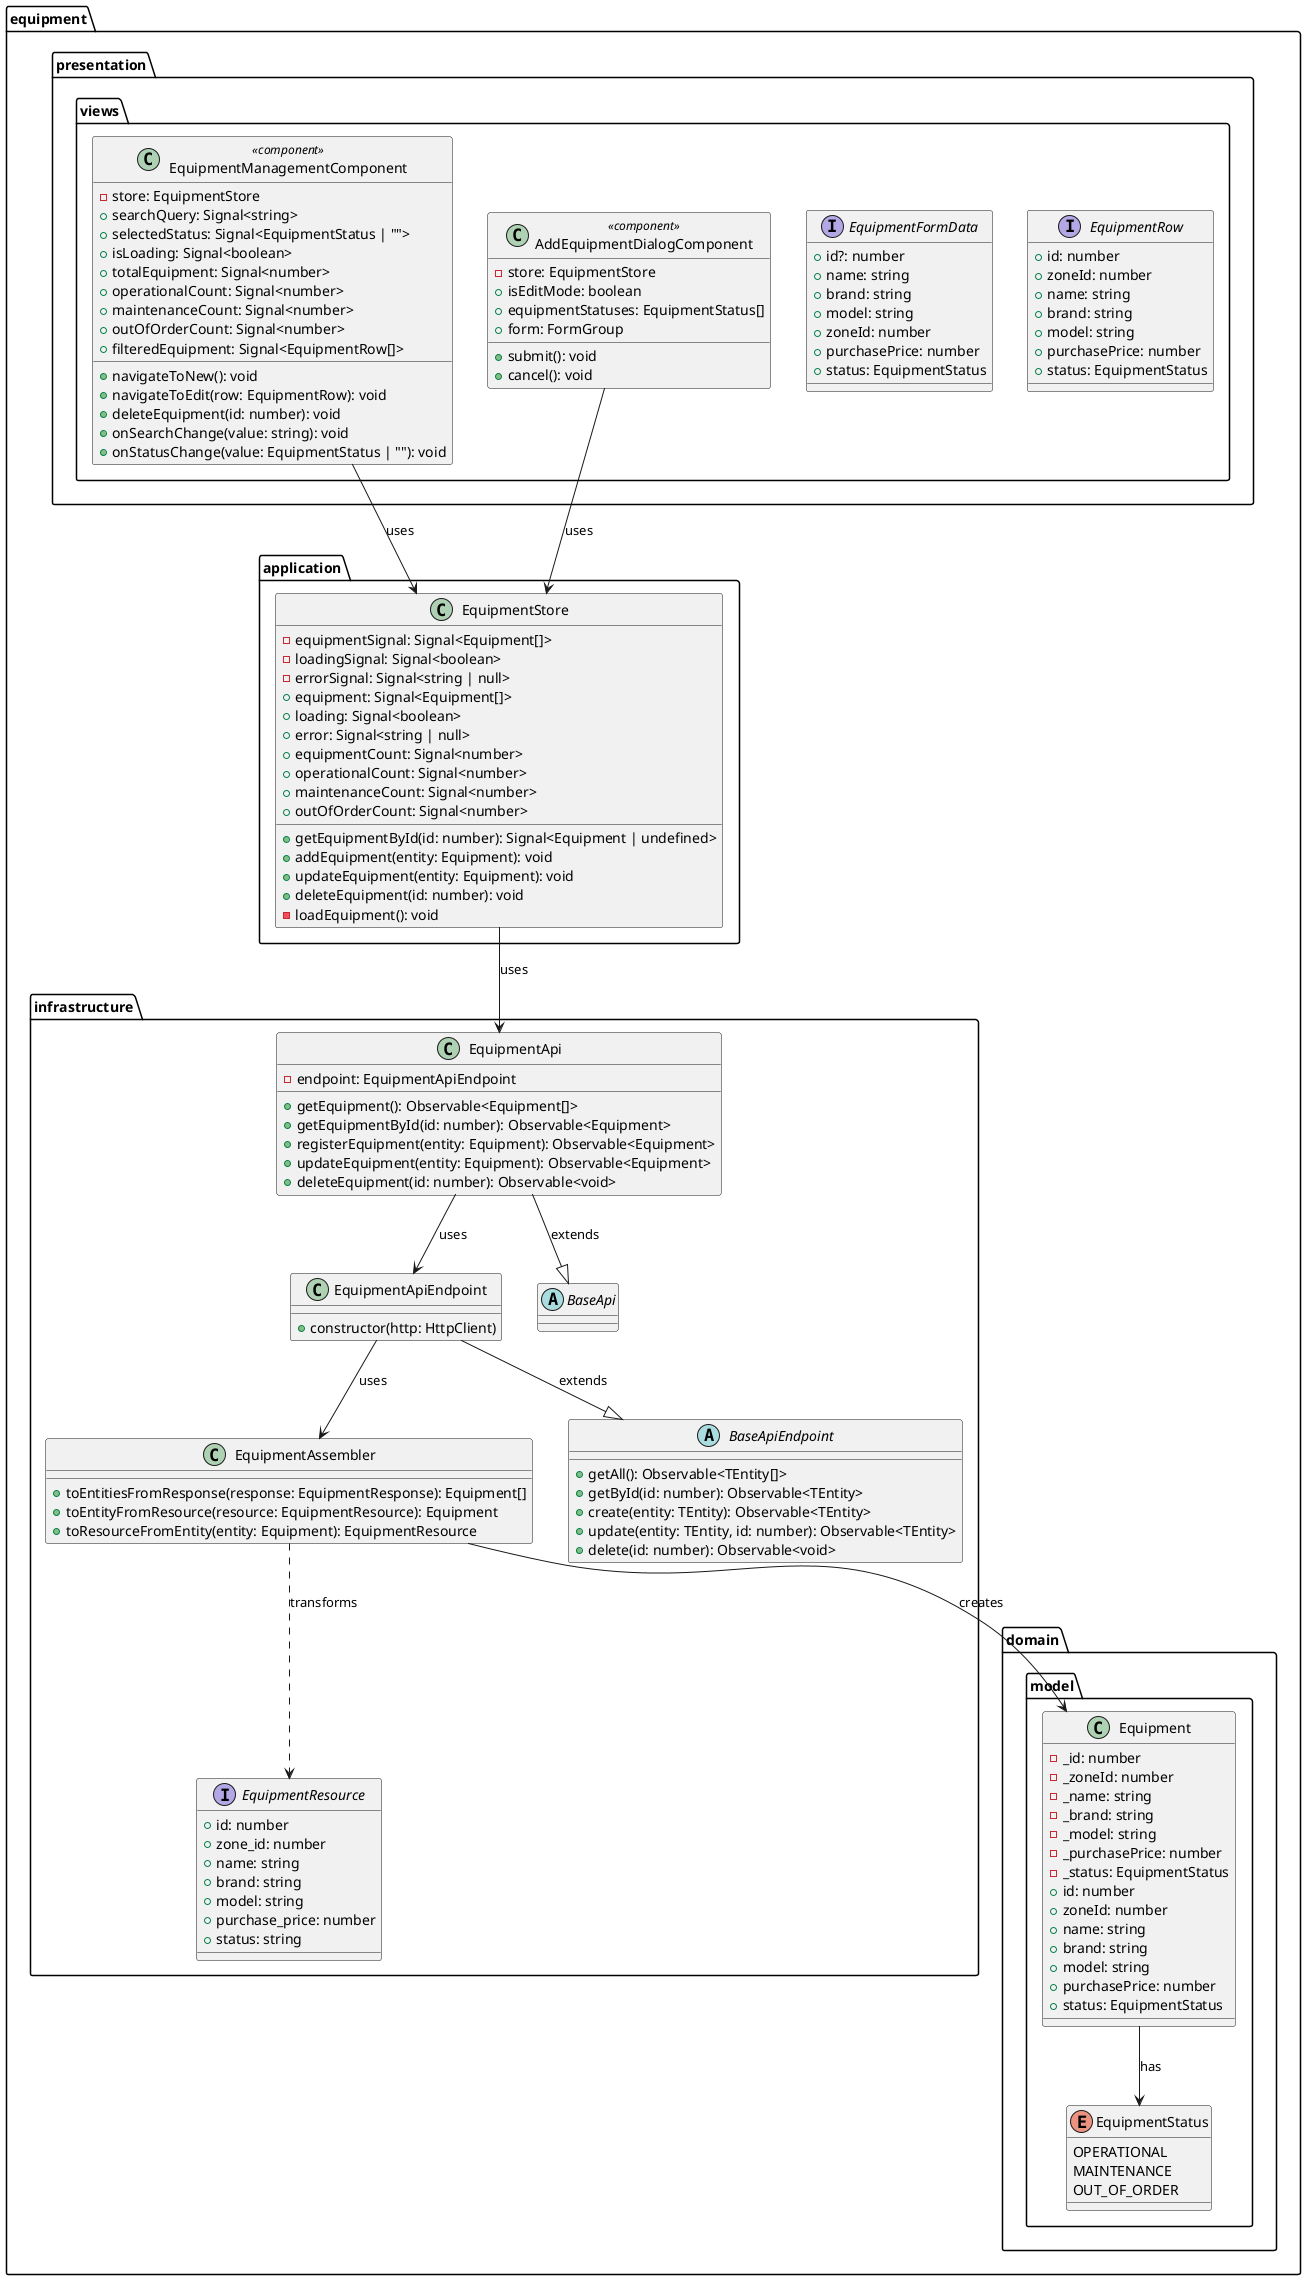
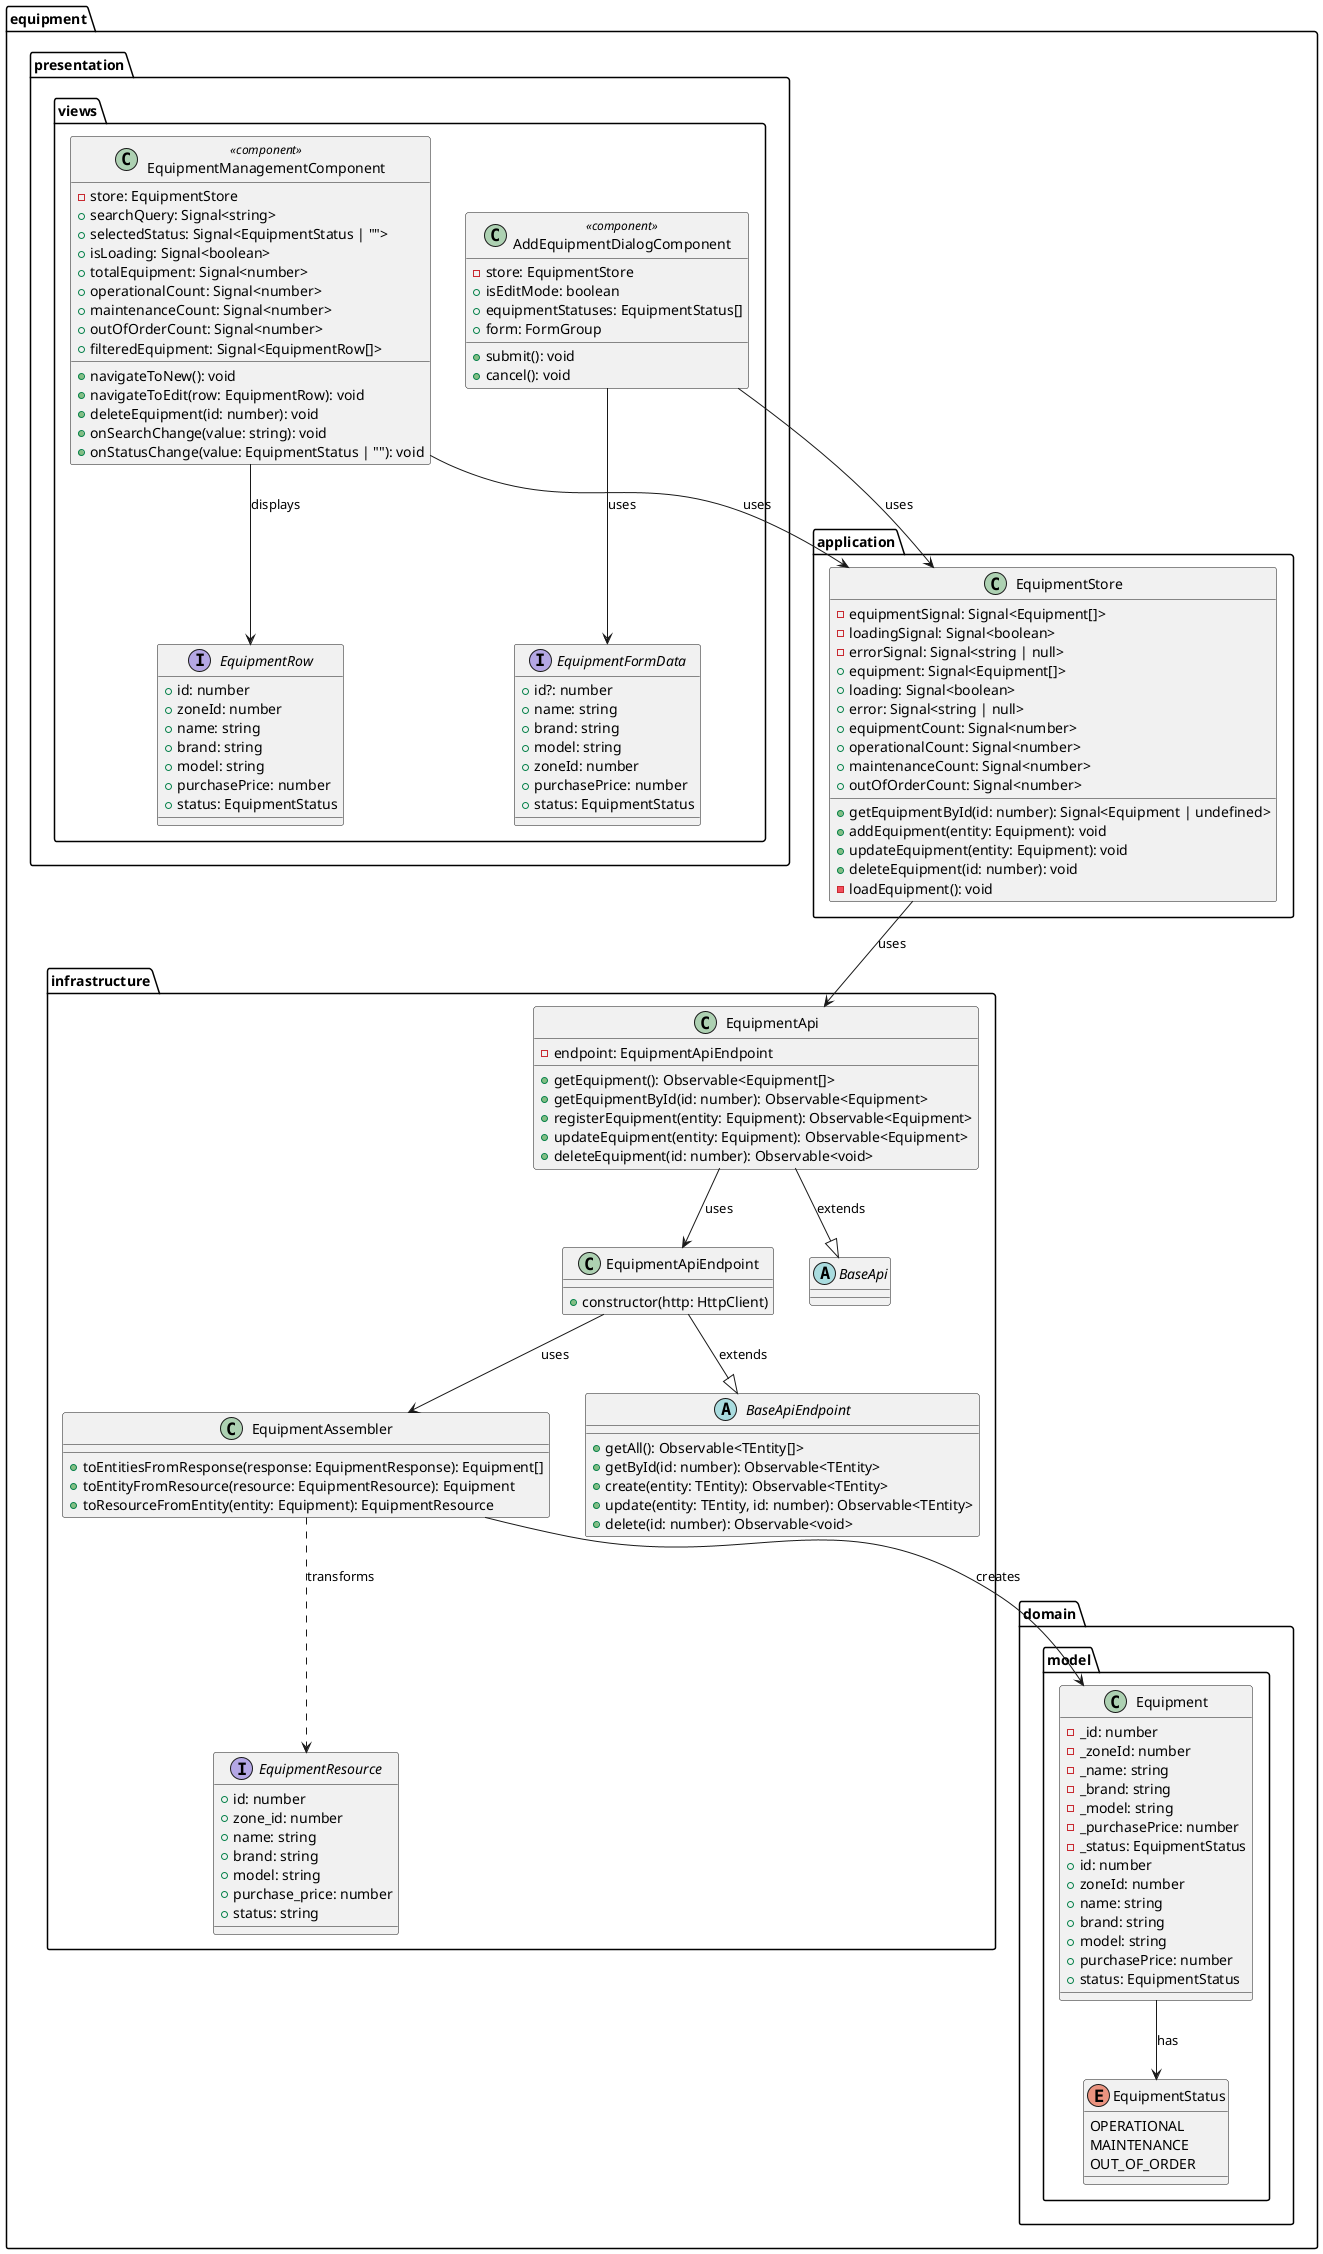
@startuml BC-03_Equipment

package "equipment.domain.model" {
  class Equipment {
    - _id: number
    - _zoneId: number
    - _name: string
    - _brand: string
    - _model: string
    - _purchasePrice: number
    - _status: EquipmentStatus
    + id: number
    + zoneId: number
    + name: string
    + brand: string
    + model: string
    + purchasePrice: number
    + status: EquipmentStatus
  }

  enum EquipmentStatus {
    OPERATIONAL
    MAINTENANCE
    OUT_OF_ORDER
  }
}

package "equipment.application" {
  class EquipmentStore {
    - equipmentSignal: Signal<Equipment[]>
    - loadingSignal: Signal<boolean>
    - errorSignal: Signal<string | null>
    + equipment: Signal<Equipment[]>
    + loading: Signal<boolean>
    + error: Signal<string | null>
    + equipmentCount: Signal<number>
    + operationalCount: Signal<number>
    + maintenanceCount: Signal<number>
    + outOfOrderCount: Signal<number>
    + getEquipmentById(id: number): Signal<Equipment | undefined>
    + addEquipment(entity: Equipment): void
    + updateEquipment(entity: Equipment): void
    + deleteEquipment(id: number): void
    - loadEquipment(): void
  }
}

package "equipment.infrastructure" {
  interface EquipmentResource {
    + id: number
    + zone_id: number
    + name: string
    + brand: string
    + model: string
    + purchase_price: number
    + status: string
  }

  class EquipmentAssembler {
    + toEntitiesFromResponse(response: EquipmentResponse): Equipment[]
    + toEntityFromResource(resource: EquipmentResource): Equipment
    + toResourceFromEntity(entity: Equipment): EquipmentResource
  }

  class EquipmentApiEndpoint {
    + constructor(http: HttpClient)
  }

  class EquipmentApi {
    - endpoint: EquipmentApiEndpoint
    + getEquipment(): Observable<Equipment[]>
    + getEquipmentById(id: number): Observable<Equipment>
    + registerEquipment(entity: Equipment): Observable<Equipment>
    + updateEquipment(entity: Equipment): Observable<Equipment>
    + deleteEquipment(id: number): Observable<void>
  }

  abstract class BaseApi {
  }

  abstract class BaseApiEndpoint {
    + getAll(): Observable<TEntity[]>
    + getById(id: number): Observable<TEntity>
    + create(entity: TEntity): Observable<TEntity>
    + update(entity: TEntity, id: number): Observable<TEntity>
    + delete(id: number): Observable<void>
  }
}

package "equipment.presentation.views" {
  interface EquipmentRow {
    + id: number
    + zoneId: number
    + name: string
    + brand: string
    + model: string
    + purchasePrice: number
    + status: EquipmentStatus
  }

  interface EquipmentFormData {
    + id?: number
    + name: string
    + brand: string
    + model: string
    + zoneId: number
    + purchasePrice: number
    + status: EquipmentStatus
  }

  class EquipmentManagementComponent <<component>> {
    - store: EquipmentStore
    + searchQuery: Signal<string>
    + selectedStatus: Signal<EquipmentStatus | "">
    + isLoading: Signal<boolean>
    + totalEquipment: Signal<number>
    + operationalCount: Signal<number>
    + maintenanceCount: Signal<number>
    + outOfOrderCount: Signal<number>
    + filteredEquipment: Signal<EquipmentRow[]>
    + navigateToNew(): void
    + navigateToEdit(row: EquipmentRow): void
    + deleteEquipment(id: number): void
    + onSearchChange(value: string): void
    + onStatusChange(value: EquipmentStatus | ""): void
  }

  class AddEquipmentDialogComponent <<component>> {
    - store: EquipmentStore
    + isEditMode: boolean
    + equipmentStatuses: EquipmentStatus[]
    + form: FormGroup
    + submit(): void
    + cancel(): void
  }
}

EquipmentApi --|> BaseApi : extends
EquipmentApiEndpoint --|> BaseApiEndpoint : extends
EquipmentApi --> EquipmentApiEndpoint : uses
EquipmentApiEndpoint --> EquipmentAssembler : uses
EquipmentStore --> EquipmentApi : uses
EquipmentAssembler ..> EquipmentResource : transforms
EquipmentAssembler --> Equipment : creates
EquipmentManagementComponent --> EquipmentStore : uses
+ EquipmentManagementComponent --> EquipmentRow : displays
AddEquipmentDialogComponent --> EquipmentStore : uses
+ AddEquipmentDialogComponent --> EquipmentFormData : uses
Equipment --> EquipmentStatus : has

@enduml
